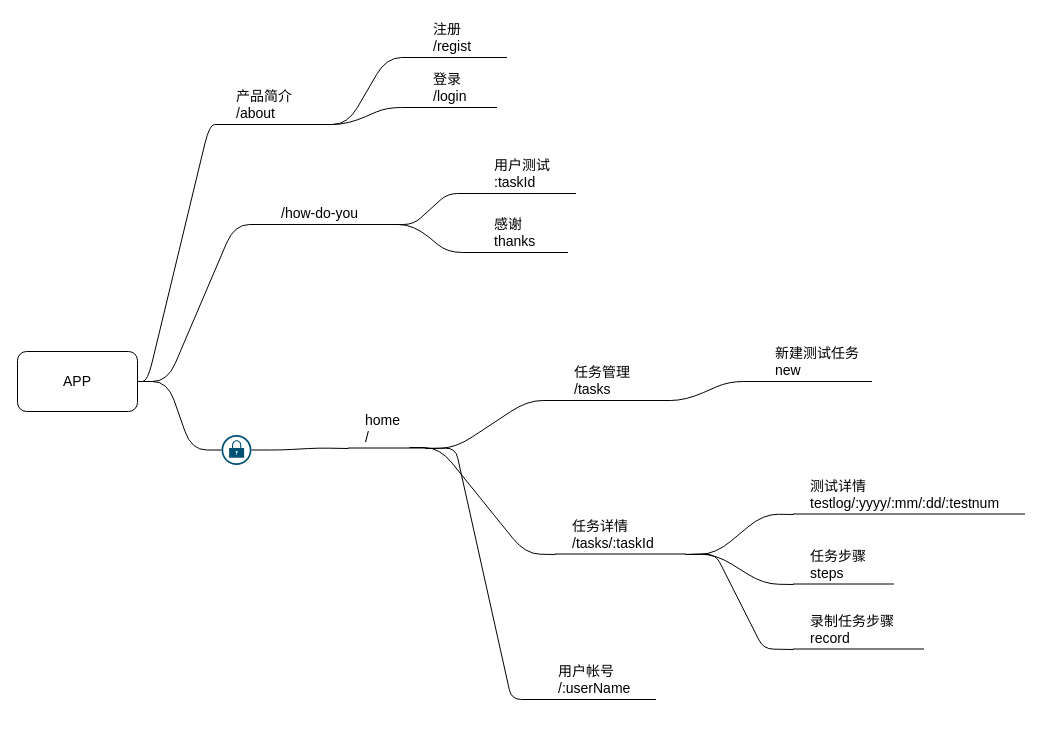
Before: design/front-router.drawio in onlyzlc/prototester, a draw.io diagram. Source tidied: cells renumbered, new cells numbered last; positions are measured from the earlier drawing's top-left corner, leaving out a move shared by most shapes. Both pictures are drawn from the tidied source at 100%, with x=0, y=0 at pixel (17, 17).
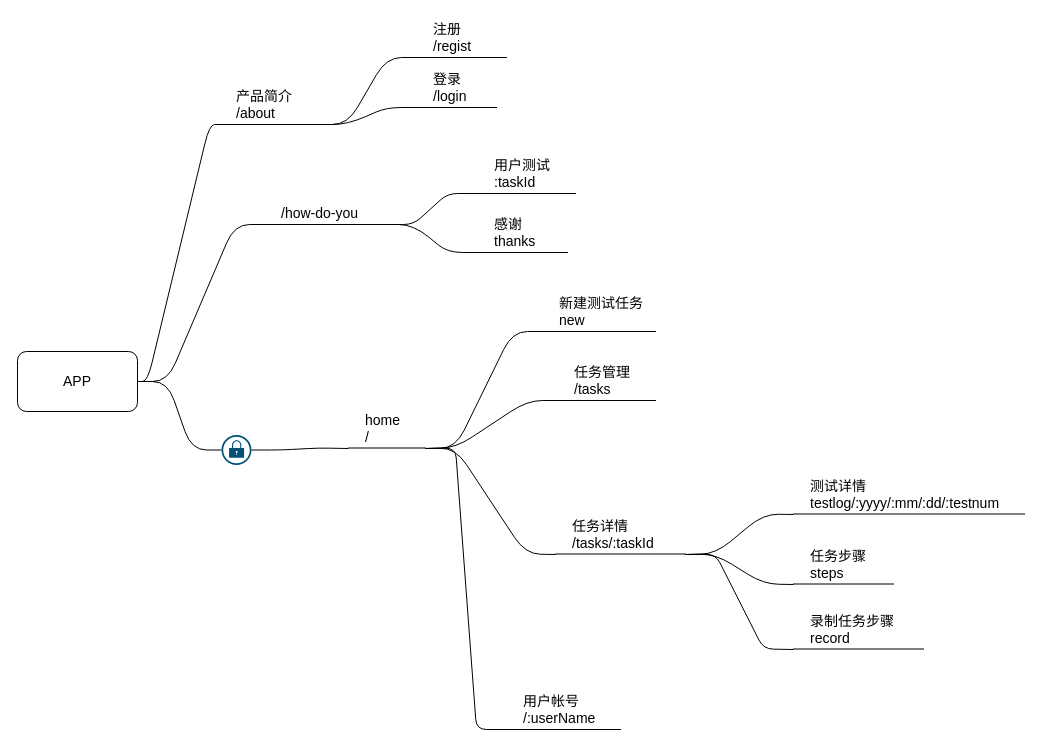
The same diagram, later.

The change refers to these unchanged cells:
```xml
<mxCell id="16" value="任务详情&lt;br&gt;/tasks/:taskId" style="whiteSpace=wrap;html=1;shape=partialRectangle;top=0;left=0;bottom=1;right=0;points=[[0,1],[1,1]];strokeColor=#000000;fillColor=none;align=left;verticalAlign=bottom;routingCenterY=0.5;snapToPoint=1;fontSize=14;spacingLeft=15;" parent="1" vertex="1">
  <mxGeometry x="538" y="496.5" width="130" height="40" as="geometry" />
</mxCell>
<mxCell id="25" value="任务管理&lt;br&gt;/tasks" style="whiteSpace=wrap;html=1;shape=partialRectangle;top=0;left=0;bottom=1;right=0;points=[[0,1],[1,1]];strokeColor=#000000;fillColor=none;align=left;verticalAlign=bottom;routingCenterY=0.5;snapToPoint=1;fontSize=14;spacingLeft=15;" parent="1" vertex="1">
  <mxGeometry x="540" y="345" width="98" height="38" as="geometry" />
</mxCell>
<mxCell id="34" value="home&lt;br&gt;/" style="whiteSpace=wrap;html=1;shape=partialRectangle;top=0;left=0;bottom=1;right=0;points=[[0,1],[1,1]];strokeColor=#000000;fillColor=none;align=left;verticalAlign=bottom;routingCenterY=0.5;snapToPoint=1;fontSize=14;spacingLeft=15;" parent="1" vertex="1">
  <mxGeometry x="331" y="392.5" width="77" height="38" as="geometry" />
</mxCell>
```

What changed in the source:
```diff
@@
-    <mxCell id="18" style="edgeStyle=entityRelationEdgeStyle;jettySize=auto;html=1;strokeColor=#000000;fontSize=14;endArrow=none;endFill=0;exitX=0.792;exitY=0.987;exitDx=0;exitDy=0;align=left;spacingLeft=15;arcSize=40;exitPerimeter=0;" parent="1" edge="1" source="34" target="16">
+    <mxCell id="18" style="edgeStyle=entityRelationEdgeStyle;jettySize=auto;html=1;strokeColor=#000000;fontSize=14;endArrow=none;endFill=0;align=left;spacingLeft=15;arcSize=40;" parent="1" edge="1" source="34" target="16">
       <mxGeometry relative="1" as="geometry" />
     </mxCell>
-    <mxCell id="19" style="edgeStyle=entityRelationEdgeStyle;jettySize=auto;html=1;strokeColor=#000000;fontSize=14;endArrow=none;endFill=0;exitX=1;exitY=1;exitDx=0;exitDy=0;align=left;spacingLeft=15;arcSize=40;" parent="1" edge="1" source="25" target="21">
+    <mxCell id="19" style="edgeStyle=entityRelationEdgeStyle;jettySize=auto;html=1;strokeColor=#000000;fontSize=14;endArrow=none;endFill=0;align=left;spacingLeft=15;arcSize=40;" parent="1" edge="1" source="34" target="21">
       <mxGeometry relative="1" as="geometry" />
     </mxCell>
@@
     <mxCell id="21" value="新建测试任务&lt;br&gt;new" style="whiteSpace=wrap;html=1;shape=partialRectangle;top=0;left=0;bottom=1;right=0;points=[[0,1],[1,1]];strokeColor=#000000;fillColor=none;align=left;verticalAlign=bottom;routingCenterY=0.5;snapToPoint=1;fontSize=14;spacingLeft=15;" parent="1" vertex="1">
-      <mxGeometry x="741" y="324" width="113" height="40" as="geometry" />
+      <mxGeometry x="525" y="274" width="113" height="40" as="geometry" />
     </mxCell>
@@
     <mxCell id="28" value="用户帐号&lt;br&gt;/:userName" style="whiteSpace=wrap;html=1;shape=partialRectangle;top=0;left=0;bottom=1;right=0;points=[[0,1],[1,1]];strokeColor=#000000;fillColor=none;align=left;verticalAlign=bottom;routingCenterY=0.5;snapToPoint=1;fontSize=14;spacingLeft=15;" parent="1" vertex="1">
-      <mxGeometry x="524" y="644" width="114" height="38" as="geometry" />
+      <mxGeometry x="489" y="674" width="114" height="38" as="geometry" />
     </mxCell>
```
